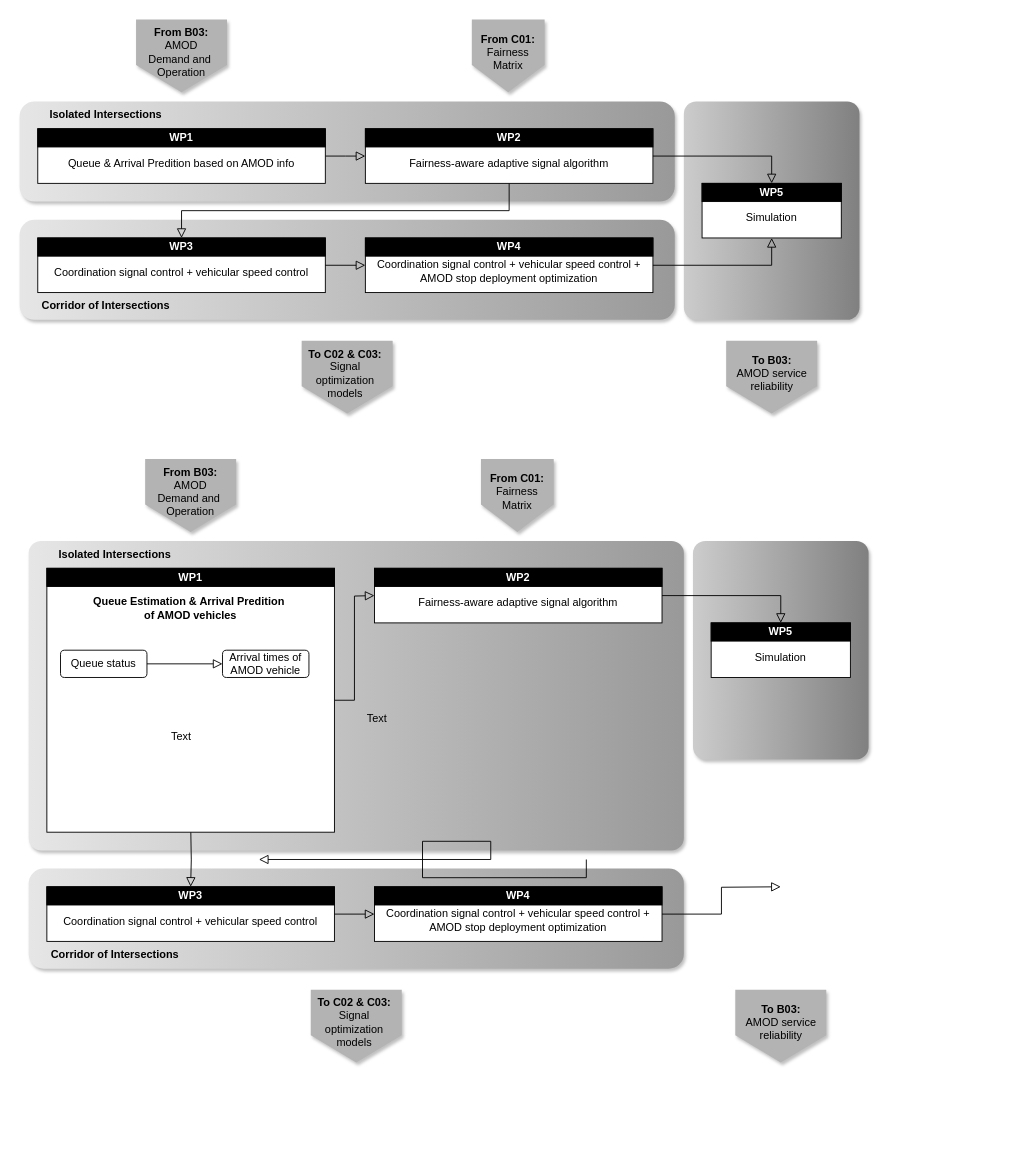
This is WP_structure.drawio from menglinyang19/AgiMo, a draw.io file, before an edit. Source tidied: cells renumbered, new cells numbered last; positions are measured from the earlier drawing's top-left corner, leaving out a move shared by most shapes. Both pictures are drawn from the tidied source at 91%, with x=0, y=0 at pixel (19, 19). Pictures stored in the file or linked from it are replaced by grey dashed boxes.
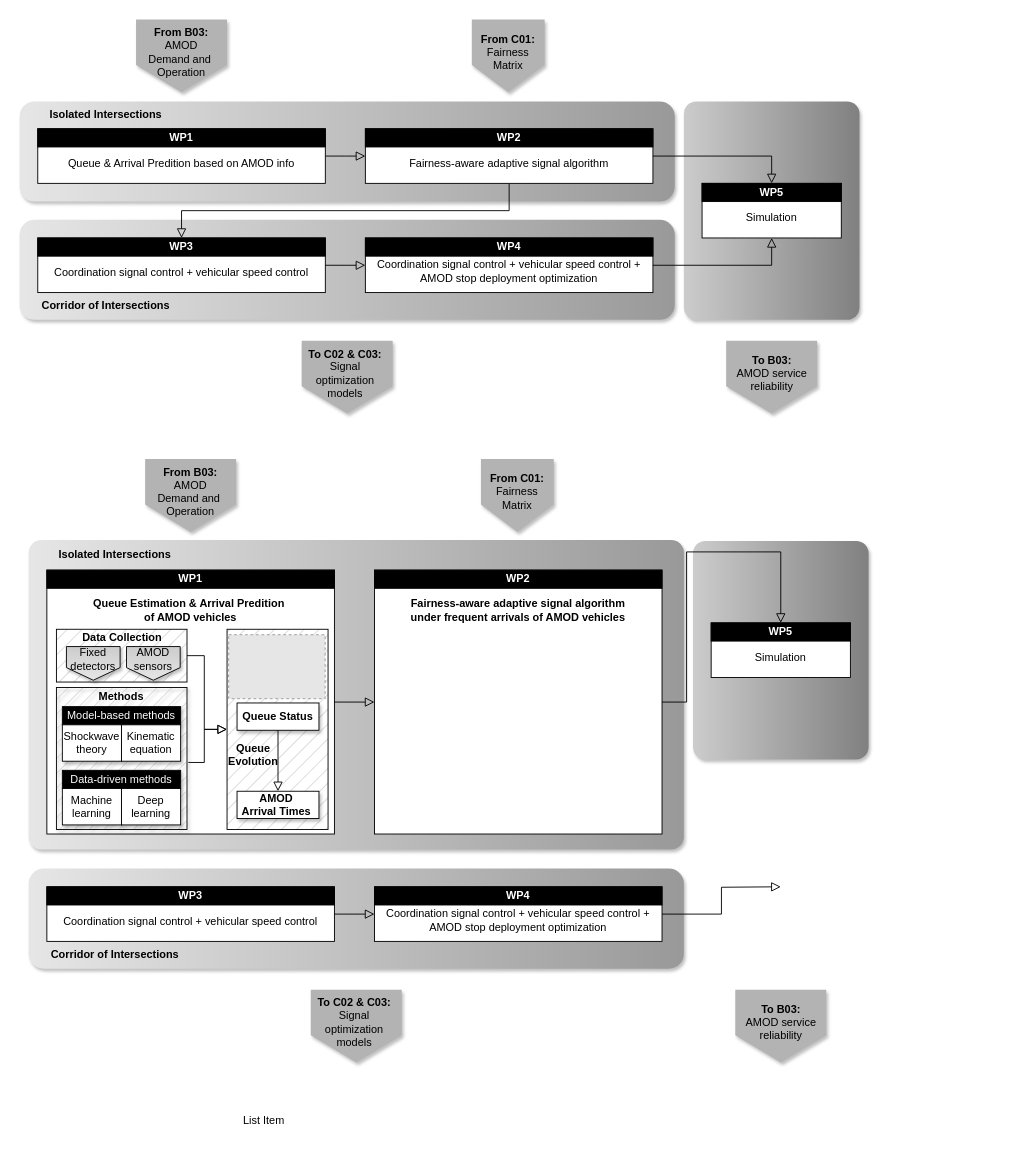
After the change.

The change refers to these unchanged cells:
```xml
<mxCell id="42" value="&lt;span style=&quot;font-family: Helvetica; font-size: 12px; font-style: normal; font-variant-ligatures: normal; font-variant-caps: normal; letter-spacing: normal; orphans: 2; text-indent: 0px; text-transform: none; widows: 2; word-spacing: 0px; -webkit-text-stroke-width: 0px; white-space: normal; text-decoration-thickness: initial; text-decoration-style: initial; text-decoration-color: initial; float: none; background-color: rgb(0, 0, 0); display: inline !important;&quot;&gt;&lt;font style=&quot;&quot; color=&quot;#ffffff&quot;&gt;&lt;b&gt;WP3&lt;/b&gt;&lt;/font&gt;&lt;/span&gt;" style="rounded=0;whiteSpace=wrap;html=1;align=center;verticalAlign=middle;fillColor=#000000;" parent="40" vertex="1">
  <mxGeometry width="316" height="20" as="geometry" />
</mxCell>
```

Diff of the diagram source:
```diff
@@
     <mxCell id="36" style="rounded=1;whiteSpace=wrap;html=1;fillStyle=auto;fillColor=#E6E6E6;gradientColor=#999999;gradientDirection=east;dashed=1;strokeColor=none;shadow=1;arcSize=4;" parent="1" vertex="1">
-      <mxGeometry x="10" y="573" width="720" height="340" as="geometry" />
+      <mxGeometry x="10" y="572" width="720" height="340" as="geometry" />
     </mxCell>
@@
-    <mxCell id="43" style="edgeStyle=orthogonalEdgeStyle;rounded=0;html=1;jettySize=auto;fontSize=11;endArrow=block;endFill=0;endSize=8;strokeWidth=1;shadow=0;labelBackgroundColor=none;exitX=1;exitY=0.5;exitDx=0;exitDy=0;" parent="1" edge="1" source="49">
-      <mxGeometry y="10" relative="1" as="geometry">
-        <mxPoint x="390" y="633" as="targetPoint" />
-      </mxGeometry>
-    </mxCell>
@@
-    <mxCell id="47" style="edgeStyle=orthogonalEdgeStyle;rounded=0;html=1;jettySize=auto;fontSize=11;endArrow=block;endFill=0;endSize=8;strokeWidth=1;shadow=0;labelBackgroundColor=none;exitX=0.5;exitY=1;exitDx=0;exitDy=0;entryX=0.5;entryY=0;entryDx=0;entryDy=0;curved=0;" parent="1" edge="1" target="42">
-      <mxGeometry y="10" relative="1" as="geometry">
-        <mxPoint x="188.2" y="893" as="sourcePoint" />
-      </mxGeometry>
-    </mxCell>
-    <mxCell id="48" style="group;shadow=1;rounded=0;" parent="1" vertex="1">
-      <mxGeometry x="30" y="603" width="316" height="290" as="geometry" />
-    </mxCell>
-    <mxCell id="49" value="&lt;div&gt;&lt;br&gt;&lt;/div&gt;&lt;div&gt;&lt;b&gt;Queue Estimation &amp;amp; Arrival Predition&amp;nbsp;&lt;/b&gt;&lt;/div&gt;&lt;div&gt;&lt;b&gt;of AMOD vehicles&lt;/b&gt;&lt;/div&gt;&lt;div&gt;&lt;br&gt;&lt;/div&gt;&lt;div&gt;&lt;br&gt;&lt;/div&gt;&lt;div&gt;&lt;br&gt;&lt;/div&gt;&lt;div&gt;&lt;br&gt;&lt;/div&gt;&lt;div&gt;&lt;br&gt;&lt;/div&gt;&lt;div&gt;&lt;br&gt;&lt;/div&gt;&lt;div&gt;&lt;br&gt;&lt;/div&gt;&lt;div&gt;&lt;br&gt;&lt;/div&gt;&lt;div&gt;&lt;br&gt;&lt;/div&gt;&lt;div&gt;&lt;br&gt;&lt;/div&gt;&lt;div&gt;&lt;br&gt;&lt;/div&gt;&lt;div&gt;&lt;br&gt;&lt;/div&gt;&lt;div&gt;&lt;br&gt;&lt;/div&gt;&lt;div&gt;&lt;br&gt;&lt;/div&gt;&lt;div&gt;&lt;br&gt;&lt;/div&gt;" style="rounded=0;whiteSpace=wrap;html=1;" parent="48" vertex="1">
-      <mxGeometry width="316" height="290" as="geometry" />
-    </mxCell>
-    <mxCell id="50" value="&lt;span style=&quot;font-family: Helvetica; font-size: 12px; font-style: normal; font-variant-ligatures: normal; font-variant-caps: normal; letter-spacing: normal; orphans: 2; text-indent: 0px; text-transform: none; widows: 2; word-spacing: 0px; -webkit-text-stroke-width: 0px; white-space: normal; text-decoration-thickness: initial; text-decoration-style: initial; text-decoration-color: initial; float: none; background-color: rgb(0, 0, 0); display: inline !important;&quot;&gt;&lt;font style=&quot;&quot; color=&quot;#ffffff&quot;&gt;&lt;b&gt;WP1&lt;/b&gt;&lt;/font&gt;&lt;/span&gt;" style="rounded=0;whiteSpace=wrap;html=1;align=center;verticalAlign=middle;fillColor=#000000;" parent="48" vertex="1">
-      <mxGeometry width="316" height="20" as="geometry" />
-    </mxCell>
-    <mxCell id="51" value="Queue status" style="rounded=1;whiteSpace=wrap;html=1;" parent="48" vertex="1">
-      <mxGeometry x="15" y="90" width="95" height="30" as="geometry" />
-    </mxCell>
-    <mxCell id="52" value="Arrival times of AMOD vehicle" style="rounded=1;whiteSpace=wrap;html=1;" parent="48" vertex="1">
-      <mxGeometry x="193" y="90" width="95" height="30" as="geometry" />
-    </mxCell>
-    <mxCell id="53" style="edgeStyle=orthogonalEdgeStyle;rounded=0;html=1;jettySize=auto;fontSize=11;endArrow=block;endFill=0;endSize=8;strokeWidth=1;shadow=0;labelBackgroundColor=none;exitX=1;exitY=0.5;exitDx=0;exitDy=0;entryX=0;entryY=0.5;entryDx=0;entryDy=0;" parent="48" edge="1" source="51" target="52">
-      <mxGeometry y="10" relative="1" as="geometry" />
-    </mxCell>
-    <mxCell id="54" value="Text" style="text;html=1;align=center;verticalAlign=middle;whiteSpace=wrap;rounded=0;" parent="48" vertex="1">
-      <mxGeometry x="118" y="170" width="60" height="30" as="geometry" />
-    </mxCell>
@@
-    <mxCell id="63" value="&lt;div&gt;&lt;br&gt;&lt;/div&gt;Fairness-aware adaptive signal algorithm" style="rounded=0;whiteSpace=wrap;html=1;" parent="1" vertex="1">
-      <mxGeometry x="390" y="603" width="316" height="60" as="geometry" />
+    <mxCell id="63" value="&lt;div&gt;&lt;b&gt;&lt;br&gt;&lt;/b&gt;&lt;/div&gt;&lt;b&gt;Fairness-aware adaptive signal algorithm&lt;/b&gt;&lt;div&gt;&lt;b&gt;under frequent arrivals of AMOD vehicles&lt;/b&gt;&lt;/div&gt;&lt;div&gt;&lt;b&gt;&lt;br&gt;&lt;/b&gt;&lt;/div&gt;&lt;div&gt;&lt;b&gt;&lt;br&gt;&lt;/b&gt;&lt;/div&gt;&lt;div&gt;&lt;b&gt;&lt;br&gt;&lt;/b&gt;&lt;/div&gt;&lt;div&gt;&lt;b&gt;&lt;br&gt;&lt;/b&gt;&lt;/div&gt;&lt;div&gt;&lt;b&gt;&lt;br&gt;&lt;/b&gt;&lt;/div&gt;&lt;div&gt;&lt;b&gt;&lt;br&gt;&lt;/b&gt;&lt;/div&gt;&lt;div&gt;&lt;b&gt;&lt;br&gt;&lt;/b&gt;&lt;/div&gt;&lt;div&gt;&lt;b&gt;&lt;br&gt;&lt;/b&gt;&lt;/div&gt;&lt;div&gt;&lt;b&gt;&lt;br&gt;&lt;/b&gt;&lt;/div&gt;&lt;div&gt;&lt;b&gt;&lt;br&gt;&lt;/b&gt;&lt;/div&gt;&lt;div&gt;&lt;b&gt;&lt;br&gt;&lt;/b&gt;&lt;/div&gt;&lt;div&gt;&lt;b&gt;&lt;br&gt;&lt;/b&gt;&lt;/div&gt;&lt;div&gt;&lt;b&gt;&lt;br&gt;&lt;/b&gt;&lt;/div&gt;&lt;div&gt;&lt;b&gt;&lt;br&gt;&lt;/b&gt;&lt;/div&gt;&lt;div&gt;&lt;b&gt;&lt;br&gt;&lt;/b&gt;&lt;/div&gt;" style="rounded=0;whiteSpace=wrap;html=1;" parent="1" vertex="1">
+      <mxGeometry x="390" y="605" width="316" height="290" as="geometry" />
     </mxCell>
     <mxCell id="64" value="&lt;span style=&quot;font-family: Helvetica; font-size: 12px; font-style: normal; font-variant-ligatures: normal; font-variant-caps: normal; letter-spacing: normal; orphans: 2; text-indent: 0px; text-transform: none; widows: 2; word-spacing: 0px; -webkit-text-stroke-width: 0px; white-space: normal; text-decoration-thickness: initial; text-decoration-style: initial; text-decoration-color: initial; float: none; background-color: rgb(0, 0, 0); display: inline !important;&quot;&gt;&lt;font style=&quot;&quot; color=&quot;#ffffff&quot;&gt;&lt;b&gt;WP2&lt;/b&gt;&lt;/font&gt;&lt;/span&gt;" style="rounded=0;whiteSpace=wrap;html=1;align=center;verticalAlign=middle;fillColor=#000000;" parent="1" vertex="1">
-      <mxGeometry x="390" y="603" width="316" height="20" as="geometry" />
+      <mxGeometry x="390" y="605" width="316" height="20" as="geometry" />
     </mxCell>
@@
-    <mxCell id="69" style="edgeStyle=orthogonalEdgeStyle;rounded=0;html=1;jettySize=auto;orthogonalLoop=1;fontSize=11;endArrow=block;endFill=0;endSize=8;strokeWidth=1;shadow=0;labelBackgroundColor=none;exitX=0.5;exitY=1;exitDx=0;exitDy=0;entryX=0.5;entryY=0;entryDx=0;entryDy=0;curved=0;" parent="1" edge="1">
-      <mxGeometry y="10" relative="1" as="geometry">
-        <mxPoint x="622.8" y="923" as="sourcePoint" />
-        <mxPoint x="263" y="923" as="targetPoint" />
-        <Array as="points">
-          <mxPoint x="622.8" y="943" />
-          <mxPoint x="442.8" y="943" />
-          <mxPoint x="442.8" y="903" />
-          <mxPoint x="517.8" y="903" />
-          <mxPoint x="517.8" y="923" />
-        </Array>
-      </mxGeometry>
-    </mxCell>
-    <mxCell id="70" value="Text" style="text;html=1;align=center;verticalAlign=middle;whiteSpace=wrap;rounded=0;" parent="1" vertex="1">
-      <mxGeometry x="363" y="753" width="60" height="30" as="geometry" />
-    </mxCell>
+    <mxCell id="71" value="List Item" style="text;strokeColor=none;fillColor=none;align=left;verticalAlign=middle;spacingLeft=4;spacingRight=4;overflow=hidden;whiteSpace=wrap;html=1;" parent="1" vertex="1">
+      <mxGeometry x="240" y="1195" width="80" height="30" as="geometry" />
+    </mxCell>
+    <mxCell id="72" style="group;" parent="1" vertex="1">
+      <mxGeometry x="30" y="605" width="316" height="290" as="geometry" />
+    </mxCell>
+    <mxCell id="49" value="&lt;div&gt;&lt;br&gt;&lt;/div&gt;&lt;div&gt;&lt;b&gt;Queue Estimation &amp;amp; Arrival Predition&amp;nbsp;&lt;/b&gt;&lt;/div&gt;&lt;div&gt;&lt;b style=&quot;background-color: initial;&quot;&gt;of AMOD vehicles&lt;/b&gt;&lt;/div&gt;&lt;div&gt;&lt;br&gt;&lt;/div&gt;&lt;div&gt;&lt;br&gt;&lt;/div&gt;&lt;div&gt;&lt;br&gt;&lt;/div&gt;&lt;div&gt;&lt;br&gt;&lt;/div&gt;&lt;div&gt;&lt;br&gt;&lt;/div&gt;&lt;div&gt;&lt;br&gt;&lt;/div&gt;&lt;div&gt;&lt;br&gt;&lt;/div&gt;&lt;div&gt;&lt;br&gt;&lt;/div&gt;&lt;div&gt;&lt;br&gt;&lt;/div&gt;&lt;div&gt;&lt;br&gt;&lt;/div&gt;&lt;div&gt;&lt;br&gt;&lt;/div&gt;&lt;div&gt;&lt;br&gt;&lt;/div&gt;&lt;div&gt;&lt;br&gt;&lt;/div&gt;&lt;div&gt;&lt;br&gt;&lt;/div&gt;&lt;div&gt;&lt;br&gt;&lt;/div&gt;" style="rounded=0;whiteSpace=wrap;html=1;fillStyle=auto;fillColor=default;" parent="72" vertex="1">
+      <mxGeometry width="316" height="290" as="geometry" />
+    </mxCell>
+    <mxCell id="73" style="rounded=0;whiteSpace=wrap;html=1;fillStyle=hatch;arcSize=6;shadow=0;fillColor=#CCCCCC;" parent="72" vertex="1">
+      <mxGeometry x="198" y="65" width="111" height="220" as="geometry" />
+    </mxCell>
+    <mxCell id="74" style="rounded=0;whiteSpace=wrap;html=1;fillStyle=hatch;arcSize=6;shadow=1;fillColor=#CCCCCC;" parent="72" vertex="1">
+      <mxGeometry x="10.5" y="129" width="143.5" height="156" as="geometry" />
+    </mxCell>
+    <mxCell id="75" style="rounded=0;whiteSpace=wrap;html=1;fillStyle=hatch;shadow=0;fillColor=#CCCCCC;" parent="72" vertex="1">
+      <mxGeometry x="10.5" y="65" width="143.5" height="58" as="geometry" />
+    </mxCell>
+    <mxCell id="50" value="&lt;span style=&quot;font-family: Helvetica; font-size: 12px; font-style: normal; font-variant-ligatures: normal; font-variant-caps: normal; letter-spacing: normal; orphans: 2; text-indent: 0px; text-transform: none; widows: 2; word-spacing: 0px; -webkit-text-stroke-width: 0px; white-space: normal; text-decoration-thickness: initial; text-decoration-style: initial; text-decoration-color: initial; float: none; background-color: rgb(0, 0, 0); display: inline !important;&quot;&gt;&lt;font style=&quot;&quot; color=&quot;#ffffff&quot;&gt;&lt;b&gt;WP1&lt;/b&gt;&lt;/font&gt;&lt;/span&gt;" style="rounded=0;whiteSpace=wrap;html=1;align=center;verticalAlign=middle;fillColor=#000000;" parent="72" vertex="1">
+      <mxGeometry width="316" height="20" as="geometry" />
+    </mxCell>
+    <mxCell id="51" value="&lt;b&gt;Queue Status&lt;/b&gt;" style="rounded=1;whiteSpace=wrap;html=1;arcSize=0;shadow=1;" parent="72" vertex="1">
+      <mxGeometry x="209" y="146" width="90" height="30" as="geometry" />
+    </mxCell>
+    <mxCell id="52" value="&lt;b&gt;AMOD&amp;nbsp;&lt;/b&gt;&lt;div&gt;&lt;b&gt;Arrival Times&amp;nbsp;&lt;/b&gt;&lt;/div&gt;" style="rounded=0;whiteSpace=wrap;html=1;shadow=1;" parent="72" vertex="1">
+      <mxGeometry x="209" y="243" width="90" height="30" as="geometry" />
+    </mxCell>
+    <mxCell id="53" style="edgeStyle=orthogonalEdgeStyle;rounded=0;html=1;jettySize=auto;fontSize=11;endArrow=block;endFill=0;endSize=8;strokeWidth=1;shadow=0;labelBackgroundColor=none;exitX=0.5;exitY=1;exitDx=0;exitDy=0;" parent="72" edge="1" source="51" target="52">
+      <mxGeometry y="10" relative="1" as="geometry" />
+    </mxCell>
+    <mxCell id="54" value="&lt;b&gt;Queue Evolution&lt;/b&gt;" style="text;html=1;align=center;verticalAlign=middle;whiteSpace=wrap;rounded=0;" parent="72" vertex="1">
+      <mxGeometry x="197" y="188" width="60" height="30" as="geometry" />
+    </mxCell>
+    <mxCell id="76" style="group;" parent="72" vertex="1">
+      <mxGeometry x="22.5" y="78" width="67" height="42" as="geometry" />
+    </mxCell>
+    <mxCell id="77" style="shape=offPageConnector;whiteSpace=wrap;html=1;fillColor=#CCCCCC;gradientColor=#E6E6E6;shadow=1;" parent="76" vertex="1">
+      <mxGeometry x="-1" y="6" width="59" height="37" as="geometry" />
+    </mxCell>
+    <mxCell id="78" value="Fixed detectors" style="text;html=1;align=center;verticalAlign=middle;whiteSpace=wrap;rounded=0;" parent="76" vertex="1">
+      <mxGeometry x="-1.5" y="5" width="60" height="30" as="geometry" />
+    </mxCell>
+    <mxCell id="79" style="group;" parent="72" vertex="1">
+      <mxGeometry x="219.3" y="76.5" width="67" height="44.5" as="geometry" />
+    </mxCell>
+    <mxCell id="80" style="shape=offPageConnector;whiteSpace=wrap;html=1;fillColor=#CCCCCC;gradientColor=#E6E6E6;shadow=1;" parent="79" vertex="1">
+      <mxGeometry x="-131.8" y="7.5" width="59" height="37" as="geometry" />
+    </mxCell>
+    <mxCell id="81" value="AMOD sensors" style="text;html=1;align=center;verticalAlign=middle;whiteSpace=wrap;rounded=0;" parent="79" vertex="1">
+      <mxGeometry x="-132.8" y="6.5" width="60" height="30" as="geometry" />
+    </mxCell>
+    <mxCell id="82" style="group;" parent="72" vertex="1">
+      <mxGeometry x="17" y="150" width="130" height="130" as="geometry" />
+    </mxCell>
+    <mxCell id="83" value="&lt;font style=&quot;background-color: rgb(0, 0, 0);&quot; color=&quot;#ffffff&quot;&gt;Model-based methods&lt;/font&gt;" style="rounded=0;whiteSpace=wrap;html=1;fillColor=#000000;shadow=1;" parent="82" vertex="1">
+      <mxGeometry width="130" height="20" as="geometry" />
+    </mxCell>
+    <mxCell id="84" value="Shockwave theory" style="rounded=0;whiteSpace=wrap;html=1;shadow=1;" parent="82" vertex="1">
+      <mxGeometry y="20" width="65" height="40" as="geometry" />
+    </mxCell>
+    <mxCell id="85" value="Kinematic equation" style="rounded=0;whiteSpace=wrap;html=1;shadow=1;" parent="82" vertex="1">
+      <mxGeometry x="65" y="20" width="65" height="40" as="geometry" />
+    </mxCell>
+    <mxCell id="86" value="&lt;font style=&quot;background-color: rgb(0, 0, 0);&quot; color=&quot;#ffffff&quot;&gt;Data-driven methods&lt;/font&gt;" style="rounded=0;whiteSpace=wrap;html=1;fillColor=#000000;shadow=1;" parent="82" vertex="1">
+      <mxGeometry y="70" width="130" height="20" as="geometry" />
+    </mxCell>
+    <mxCell id="87" value="Machine learning" style="rounded=0;whiteSpace=wrap;html=1;shadow=1;" parent="82" vertex="1">
+      <mxGeometry y="90" width="65" height="40" as="geometry" />
+    </mxCell>
+    <mxCell id="88" value="Deep learning" style="rounded=0;whiteSpace=wrap;html=1;shadow=1;" parent="82" vertex="1">
+      <mxGeometry x="65" y="90" width="65" height="40" as="geometry" />
+    </mxCell>
+    <mxCell id="89" value="&lt;b&gt;Methods&lt;/b&gt;" style="text;html=1;align=center;verticalAlign=middle;whiteSpace=wrap;rounded=0;" parent="82" vertex="1">
+      <mxGeometry x="35" y="-26" width="60" height="30" as="geometry" />
+    </mxCell>
+    <mxCell id="90" value="&lt;b&gt;Data Collection&lt;/b&gt;" style="text;html=1;align=center;verticalAlign=middle;whiteSpace=wrap;rounded=0;" parent="72" vertex="1">
+      <mxGeometry x="28.2" y="66" width="110" height="15" as="geometry" />
+    </mxCell>
+    <mxCell id="91" style="fillColor=#E6E6E6;strokeColor=#999999;dashed=1;verticalLabelPosition=bottom;labelBackgroundColor=default;verticalAlign=top;" parent="72" vertex="1">
+      <mxGeometry x="199.8" y="71" width="106" height="70.3" as="geometry" />
+    </mxCell>
+    <mxCell id="92" style="edgeStyle=orthogonalEdgeStyle;rounded=0;html=1;jettySize=auto;fontSize=11;endArrow=block;endFill=0;endSize=8;strokeWidth=1;shadow=0;labelBackgroundColor=none;exitX=1;exitY=0.5;exitDx=0;exitDy=0;entryX=0;entryY=0.5;entryDx=0;entryDy=0;" parent="72" edge="1" source="75" target="73">
+      <mxGeometry y="10" relative="1" as="geometry">
+        <Array as="points">
+          <mxPoint x="173" y="94" />
+          <mxPoint x="173" y="175" />
+        </Array>
+      </mxGeometry>
+    </mxCell>
+    <mxCell id="93" style="edgeStyle=orthogonalEdgeStyle;rounded=0;html=1;jettySize=auto;fontSize=11;endArrow=block;endFill=0;endSize=8;strokeWidth=1;shadow=0;labelBackgroundColor=none;exitX=1.01;exitY=0.528;exitDx=0;exitDy=0;exitPerimeter=0;entryX=0;entryY=0.5;entryDx=0;entryDy=0;" parent="72" edge="1" source="74" target="73">
+      <mxGeometry y="10" relative="1" as="geometry">
+        <Array as="points">
+          <mxPoint x="173" y="211" />
+          <mxPoint x="173" y="175" />
+        </Array>
+      </mxGeometry>
+    </mxCell>
+    <mxCell id="94" style="edgeStyle=orthogonalEdgeStyle;rounded=0;html=1;jettySize=auto;fontSize=11;endArrow=block;endFill=0;endSize=8;strokeWidth=1;shadow=0;labelBackgroundColor=none;exitX=1;exitY=0.5;exitDx=0;exitDy=0;entryX=0;entryY=0.5;entryDx=0;entryDy=0;" parent="1" edge="1" source="49" target="63">
+      <mxGeometry y="10" relative="1" as="geometry" />
+    </mxCell>
```
